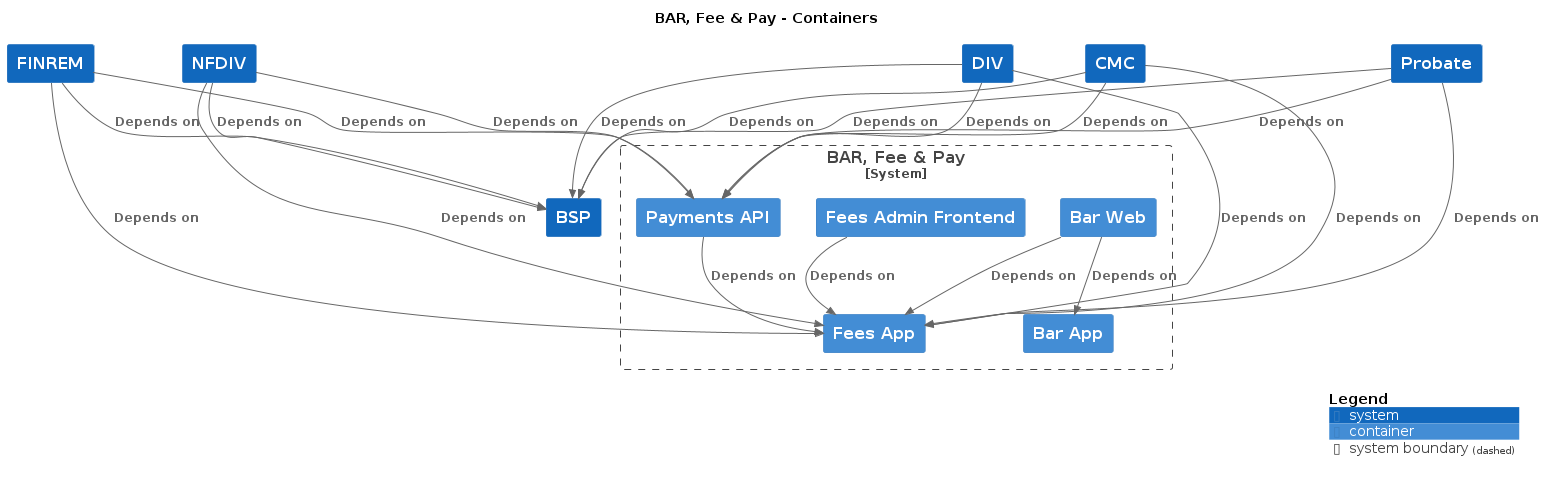
Earlier version of the PlantUML export docs/c4/bar_fee__pay/images/structurizr-bar_fee__pay-overview.png (hmcts/cnp-api-docs).
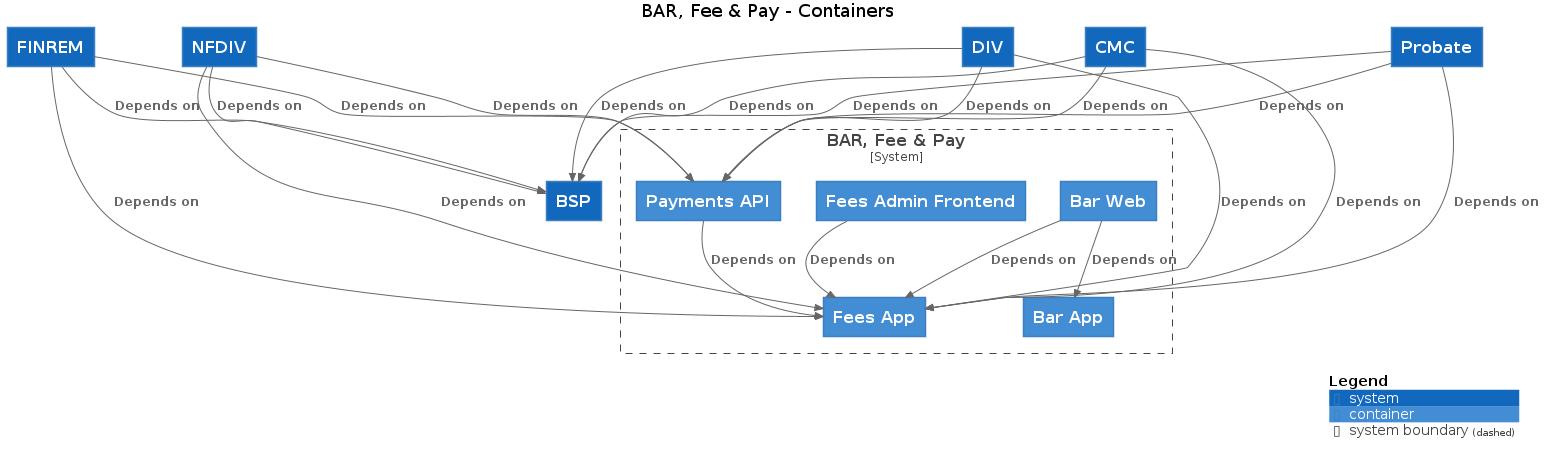
The same diagram one commit later.

Diff of the diagram source:
```diff
@@ -3,44 +3,44 @@
 
 top to bottom direction
 
-!include https://raw.githubusercontent.com/plantuml-stdlib/C4-PlantUML/master/C4.puml
-!include https://raw.githubusercontent.com/plantuml-stdlib/C4-PlantUML/master/C4_Context.puml
-!include https://raw.githubusercontent.com/plantuml-stdlib/C4-PlantUML/master/C4_Container.puml
+!includeurl https://raw.githubusercontent.com/plantuml-stdlib/C4-PlantUML/master/C4.puml
+!includeurl https://raw.githubusercontent.com/plantuml-stdlib/C4-PlantUML/master/C4_Context.puml
+!includeurl https://raw.githubusercontent.com/plantuml-stdlib/C4-PlantUML/master/C4_Container.puml
 
-System(FINREM, "FINREM", "", $tags="")
-System(NFDIV, "NFDIV", "", $tags="")
-System(Probate, "Probate", "", $tags="")
-System(DIV, "DIV", "", $tags="")
-System(BSP, "BSP", "", $tags="")
-System(CMC, "CMC", "", $tags="")
+System(FINREM, "FINREM", "")
+System(NFDIV, "NFDIV", "")
+System(Probate, "Probate", "")
+System(DIV, "DIV", "")
+System(BSP, "BSP", "")
+System(CMC, "CMC", "")
 
 System_Boundary("BARFeePay_boundary", "BAR, Fee & Pay") {
-  Container(BARFeePay.BarWeb, "Bar Web", "", $tags="")
-  Container(BARFeePay.BarApp, "Bar App", "", $tags="")
-  Container(BARFeePay.FeesAdminFrontend, "Fees Admin Frontend", "", $tags="")
-  Container(BARFeePay.FeesApp, "Fees App", "", $tags="")
-  Container(BARFeePay.PaymentsAPI, "Payments API", "", $tags="")
+  Container(BARFeePay.BarWeb, "Bar Web", "")
+  Container(BARFeePay.BarApp, "Bar App", "")
+  Container(BARFeePay.FeesAdminFrontend, "Fees Admin Frontend", "")
+  Container(BARFeePay.FeesApp, "Fees App", "")
+  Container(BARFeePay.PaymentsAPI, "Payments API", "")
 }
 
-Rel_D(BARFeePay.BarWeb, BARFeePay.BarApp, "Depends on", $tags="")
-Rel_D(BARFeePay.BarWeb, BARFeePay.FeesApp, "Depends on", $tags="")
-Rel_D(BARFeePay.FeesAdminFrontend, BARFeePay.FeesApp, "Depends on", $tags="")
-Rel_D(BARFeePay.PaymentsAPI, BARFeePay.FeesApp, "Depends on", $tags="")
-Rel_D(CMC, BARFeePay.PaymentsAPI, "Depends on", $tags="")
-Rel_D(CMC, BARFeePay.FeesApp, "Depends on", $tags="")
-Rel_D(CMC, BSP, "Depends on", $tags="")
-Rel_D(DIV, BARFeePay.FeesApp, "Depends on", $tags="")
-Rel_D(DIV, BARFeePay.PaymentsAPI, "Depends on", $tags="")
-Rel_D(DIV, BSP, "Depends on", $tags="")
-Rel_D(FINREM, BARFeePay.FeesApp, "Depends on", $tags="")
-Rel_D(FINREM, BARFeePay.PaymentsAPI, "Depends on", $tags="")
-Rel_D(FINREM, BSP, "Depends on", $tags="")
-Rel_D(Probate, BARFeePay.FeesApp, "Depends on", $tags="")
-Rel_D(Probate, BARFeePay.PaymentsAPI, "Depends on", $tags="")
-Rel_D(Probate, BSP, "Depends on", $tags="")
-Rel_D(NFDIV, BARFeePay.FeesApp, "Depends on", $tags="")
-Rel_D(NFDIV, BARFeePay.PaymentsAPI, "Depends on", $tags="")
-Rel_D(NFDIV, BSP, "Depends on", $tags="")
+Rel_D(BARFeePay.BarWeb, BARFeePay.BarApp, "Depends on")
+Rel_D(BARFeePay.BarWeb, BARFeePay.FeesApp, "Depends on")
+Rel_D(BARFeePay.FeesAdminFrontend, BARFeePay.FeesApp, "Depends on")
+Rel_D(BARFeePay.PaymentsAPI, BARFeePay.FeesApp, "Depends on")
+Rel_D(CMC, BARFeePay.PaymentsAPI, "Depends on")
+Rel_D(CMC, BARFeePay.FeesApp, "Depends on")
+Rel_D(CMC, BSP, "Depends on")
+Rel_D(DIV, BARFeePay.FeesApp, "Depends on")
+Rel_D(DIV, BARFeePay.PaymentsAPI, "Depends on")
+Rel_D(DIV, BSP, "Depends on")
+Rel_D(FINREM, BARFeePay.FeesApp, "Depends on")
+Rel_D(FINREM, BARFeePay.PaymentsAPI, "Depends on")
+Rel_D(FINREM, BSP, "Depends on")
+Rel_D(Probate, BARFeePay.FeesApp, "Depends on")
+Rel_D(Probate, BARFeePay.PaymentsAPI, "Depends on")
+Rel_D(Probate, BSP, "Depends on")
+Rel_D(NFDIV, BARFeePay.FeesApp, "Depends on")
+Rel_D(NFDIV, BARFeePay.PaymentsAPI, "Depends on")
+Rel_D(NFDIV, BSP, "Depends on")
 
 SHOW_DYNAMIC_LEGEND()
 @enduml
```
